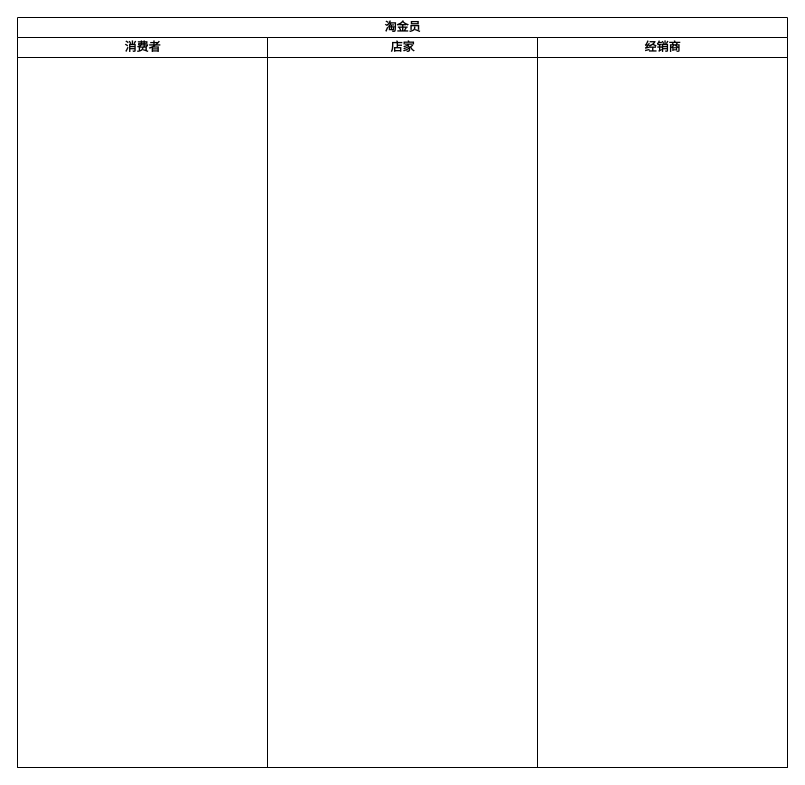
Above: 淘金员身份控制.drawio in LeoNooob/myblueprint (draw.io), before the change. Source tidied: cells renumbered, new cells numbered last; positions are measured from the earlier drawing's top-left corner, leaving out a move shared by most shapes. Both pictures are drawn from the tidied source at 100%, with x=0, y=0 at pixel (17, 17).
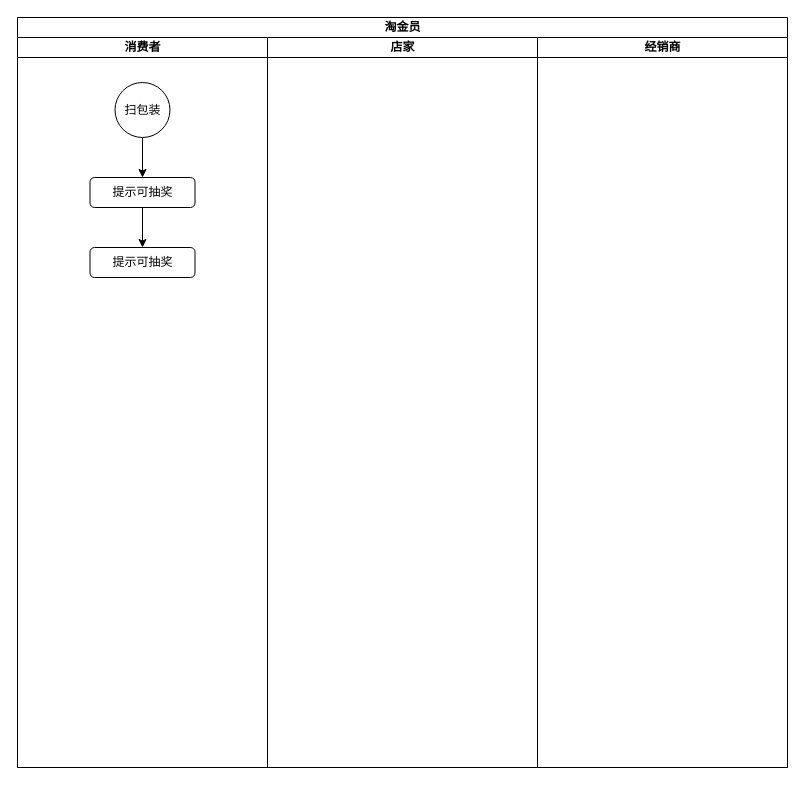
After the change.

Commit message:
更新淘金员身份控制.drawio

Diff of the diagram source:
```diff
@@
 <mxGraphModel>
   <root>
     <mxCell id="0" />
     <mxCell id="1" parent="0" />
     <mxCell id="2" value="淘金员" style="swimlane;startSize=20;html=1;" parent="1" vertex="1">
       <mxGeometry width="770" height="750" as="geometry" />
     </mxCell>
     <mxCell id="3" value="消费者" style="swimlane;startSize=20;html=1;" parent="2" vertex="1">
       <mxGeometry y="20" width="250" height="730" as="geometry" />
     </mxCell>
+    <mxCell id="6" style="edgeStyle=orthogonalEdgeStyle;rounded=0;jettySize=auto;html=1;" parent="3" edge="1" source="7" target="9">
+      <mxGeometry relative="1" as="geometry" />
+    </mxCell>
+    <mxCell id="7" value="扫包装" style="ellipse;whiteSpace=wrap;html=1;" parent="3" vertex="1">
+      <mxGeometry x="97.5" y="45" width="55" height="55" as="geometry" />
+    </mxCell>
+    <mxCell id="8" style="edgeStyle=orthogonalEdgeStyle;rounded=0;jettySize=auto;html=1;" parent="3" edge="1" source="9" target="10">
+      <mxGeometry relative="1" as="geometry" />
+    </mxCell>
+    <mxCell id="9" value="提示可抽奖" style="rounded=1;whiteSpace=wrap;html=1;" parent="3" vertex="1">
+      <mxGeometry x="72.5" y="140" width="105" height="30" as="geometry" />
+    </mxCell>
+    <mxCell id="10" value="提示可抽奖" style="rounded=1;whiteSpace=wrap;html=1;" parent="3" vertex="1">
+      <mxGeometry x="72.5" y="210" width="105" height="30" as="geometry" />
+    </mxCell>
     <mxCell id="4" value="店家" style="swimlane;startSize=20;html=1;" parent="2" vertex="1">
       <mxGeometry x="250" y="20" width="270" height="730" as="geometry" />
     </mxCell>
     <mxCell id="5" value="经销商" style="swimlane;startSize=20;html=1;" parent="2" vertex="1">
       <mxGeometry x="520" y="20" width="250" height="730" as="geometry" />
     </mxCell>
   </root>
 </mxGraphModel>
```
